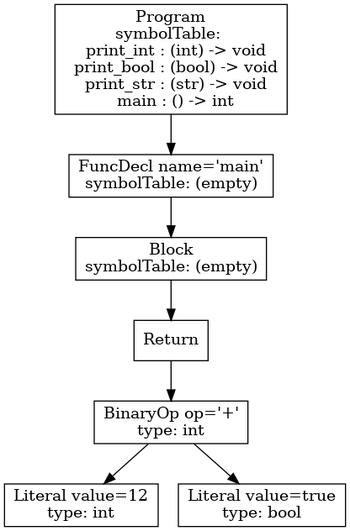
Earlier version of the Graphviz export p3-analysis/ast.png (tran3jm/f22_compilers). Its source is kept beside it as p3-analysis/ast.dot.
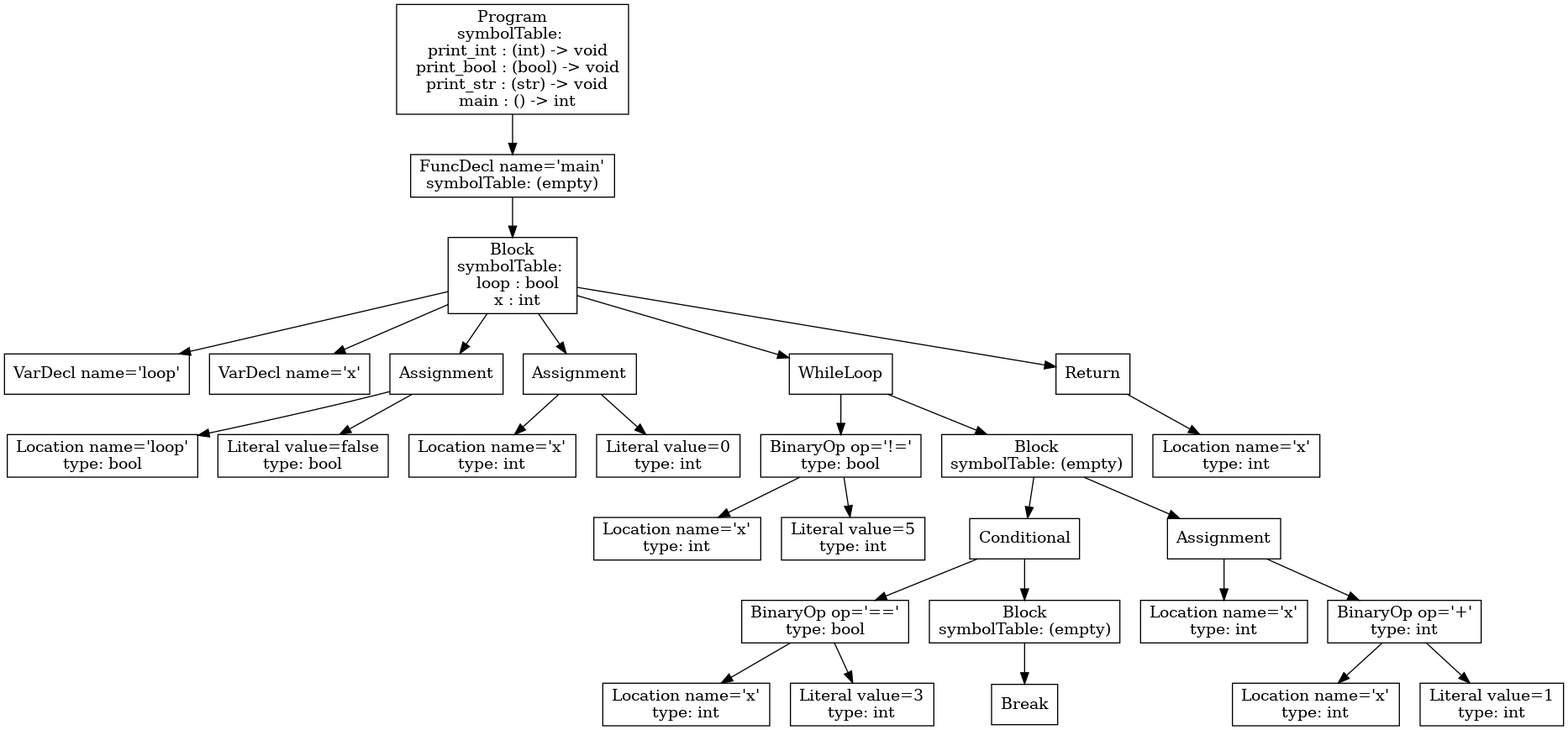
Later version of the same file.

Diff of the diagram source:
```diff
@@ -1,13 +1,57 @@
 digraph AST {
-5 [shape=box, label="Literal value=12\ntype: int"];
-6 [shape=box, label="Literal value=true\ntype: bool"];
-4 [shape=box, label="BinaryOp op='+'\ntype: int"];
-4 -> 5;
-4 -> 6;
-3 [shape=box, label="Return"];
-3 -> 4;
-2 [shape=box, label="Block\nsymbolTable: (empty)"];
+3 [shape=box, label="VarDecl name='loop'"];
+4 [shape=box, label="VarDecl name='x'"];
+6 [shape=box, label="Location name='loop'\ntype: bool"];
+7 [shape=box, label="Literal value=false\ntype: bool"];
+5 [shape=box, label="Assignment"];
+5 -> 6;
+5 -> 7;
+9 [shape=box, label="Location name='x'\ntype: int"];
+10 [shape=box, label="Literal value=0\ntype: int"];
+8 [shape=box, label="Assignment"];
+8 -> 9;
+8 -> 10;
+13 [shape=box, label="Location name='x'\ntype: int"];
+14 [shape=box, label="Literal value=5\ntype: int"];
+12 [shape=box, label="BinaryOp op='!='\ntype: bool"];
+12 -> 13;
+12 -> 14;
+18 [shape=box, label="Location name='x'\ntype: int"];
+19 [shape=box, label="Literal value=3\ntype: int"];
+17 [shape=box, label="BinaryOp op='=='\ntype: bool"];
+17 -> 18;
+17 -> 19;
+21 [shape=box, label="Break"];
+20 [shape=box, label="Block\nsymbolTable: (empty)"];
+20 -> 21;
+16 [shape=box, label="Conditional"];
+16 -> 17;
+16 -> 20;
+23 [shape=box, label="Location name='x'\ntype: int"];
+25 [shape=box, label="Location name='x'\ntype: int"];
+26 [shape=box, label="Literal value=1\ntype: int"];
+24 [shape=box, label="BinaryOp op='+'\ntype: int"];
+24 -> 25;
+24 -> 26;
+22 [shape=box, label="Assignment"];
+22 -> 23;
+22 -> 24;
+15 [shape=box, label="Block\nsymbolTable: (empty)"];
+15 -> 16;
+15 -> 22;
+11 [shape=box, label="WhileLoop"];
+11 -> 12;
+11 -> 15;
+28 [shape=box, label="Location name='x'\ntype: int"];
+27 [shape=box, label="Return"];
+27 -> 28;
+2 [shape=box, label="Block\nsymbolTable: \n  loop : bool\n  x : int"];
 2 -> 3;
+2 -> 4;
+2 -> 5;
+2 -> 8;
+2 -> 11;
+2 -> 27;
 1 [shape=box, label="FuncDecl name='main'\nsymbolTable: (empty)"];
 1 -> 2;
 0 [shape=box, label="Program\nsymbolTable: \n  print_int : (int) -> void\n  print_bool : (bool) -> void\n  print_str : (str) -> void\n  main : () -> int"];
```
